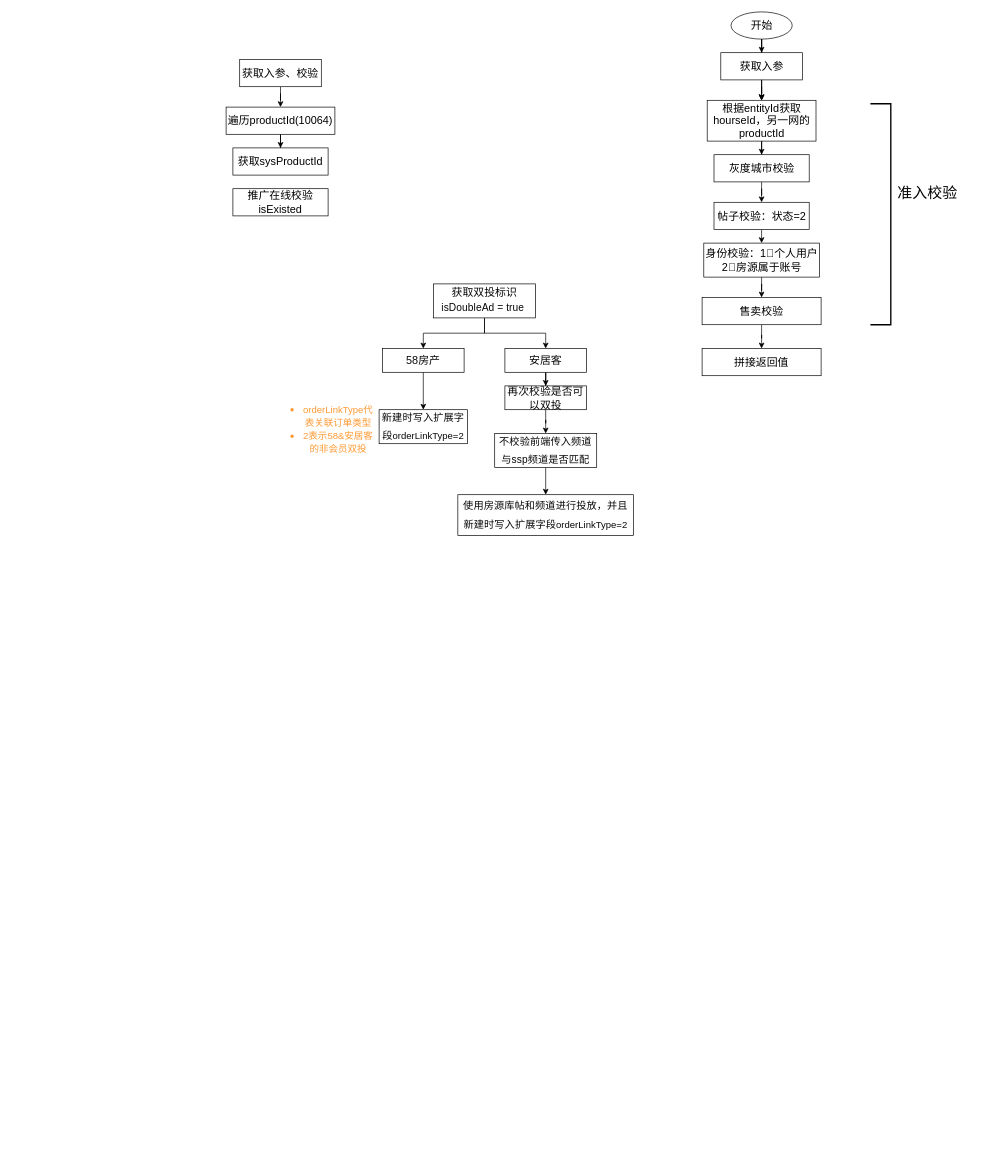
Earlier version of the draw.io diagram Untitled Diagram.drawio (wx141/draw). Source tidied: cells renumbered, new cells numbered last; positions are measured from the earlier drawing's top-left corner, leaving out a move shared by most shapes. Both pictures are drawn from the tidied source at 68%, with x=0, y=0 at pixel (226, 12).
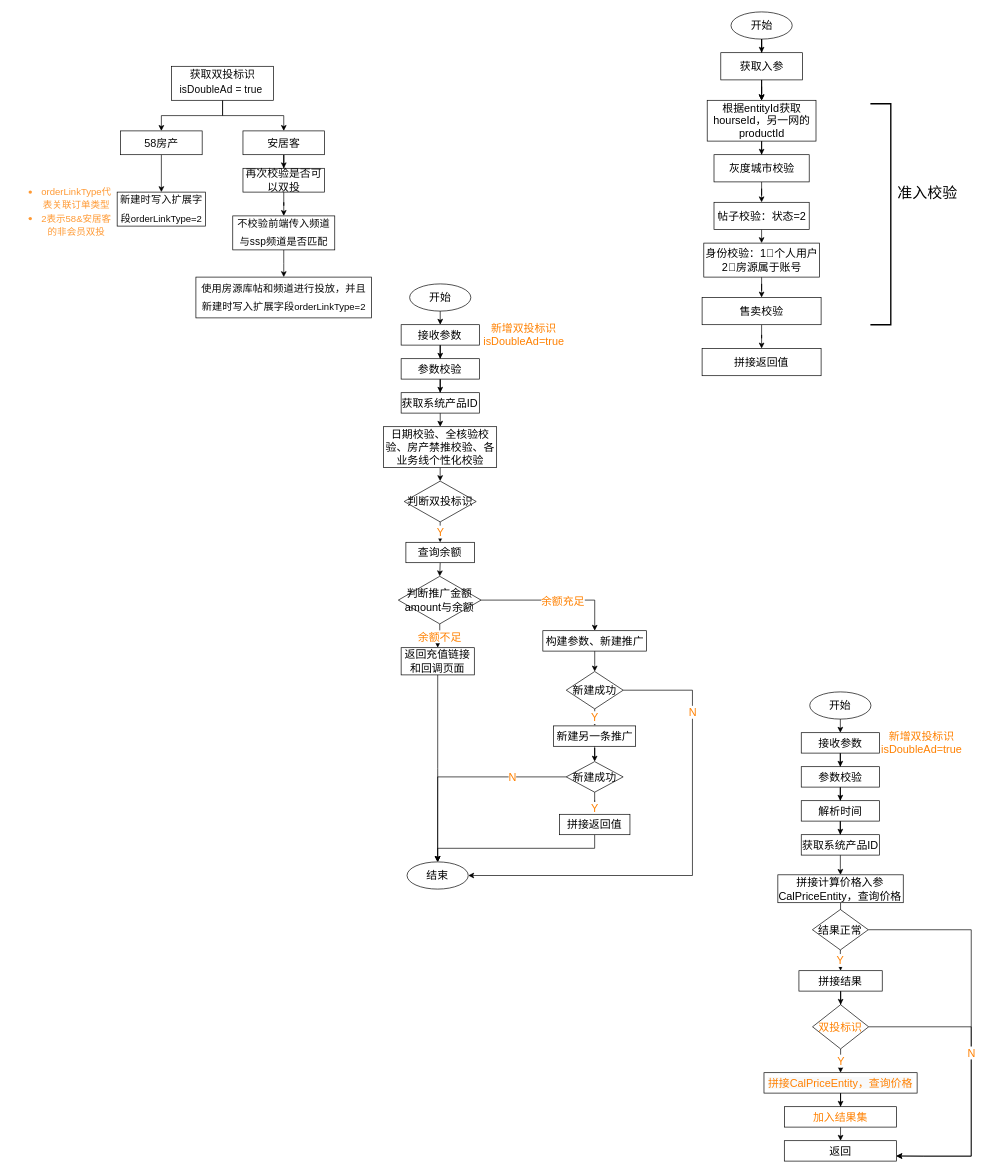
The same page after the edit.

Change to the diagram source:
```diff
@@
-    <mxCell id="2" style="edgeStyle=orthogonalEdgeStyle;rounded=0;jettySize=auto;html=1;fontSize=16;" parent="1" edge="1" source="3" target="5">
-      <mxGeometry relative="1" as="geometry" />
-    </mxCell>
-    <mxCell id="3" value="获取入参、校验" style="whiteSpace=wrap;html=1;fontSize=16;" parent="1" vertex="1">
-      <mxGeometry x="20" y="70" width="120" height="40" as="geometry" />
-    </mxCell>
-    <mxCell id="4" style="edgeStyle=orthogonalEdgeStyle;rounded=0;jettySize=auto;html=1;fontSize=16;" parent="1" edge="1" source="5" target="6">
-      <mxGeometry relative="1" as="geometry" />
-    </mxCell>
-    <mxCell id="5" value="遍历productId(10064)" style="whiteSpace=wrap;html=1;fontSize=16;" parent="1" vertex="1">
-      <mxGeometry y="140" width="160" height="40" as="geometry" />
-    </mxCell>
-    <mxCell id="6" value="获取sysProductId" style="whiteSpace=wrap;html=1;fontSize=16;" parent="1" vertex="1">
-      <mxGeometry x="10" y="200" width="140" height="40" as="geometry" />
-    </mxCell>
-    <mxCell id="7" value="推广在线校验isExisted" style="whiteSpace=wrap;html=1;fontSize=16;" parent="1" vertex="1">
-      <mxGeometry x="10" y="260" width="140" height="40" as="geometry" />
-    </mxCell>
@@
     <mxCell id="27" value="获取双投标识&lt;span style=&quot;font-size: 15px; line-height: 1.74; letter-spacing: 0.008em; outline-style: none; overflow-wrap: break-word;&quot;&gt;isDoubleAd  = true&amp;nbsp;&lt;/span&gt;" style="whiteSpace=wrap;html=1;fontSize=16;fontColor=#080808;" parent="1" vertex="1">
-      <mxGeometry x="305" y="400" width="150" height="50" as="geometry" />
+      <mxGeometry x="-80.2" y="80" width="150" height="50" as="geometry" />
     </mxCell>
@@
     <mxCell id="29" value="58房产" style="whiteSpace=wrap;html=1;fontSize=16;fontColor=#080808;" parent="1" vertex="1">
-      <mxGeometry x="230" y="495" width="120" height="35" as="geometry" />
+      <mxGeometry x="-155.2" y="175" width="120" height="35" as="geometry" />
     </mxCell>
@@
     <mxCell id="31" value="安居客" style="whiteSpace=wrap;html=1;fontSize=16;fontColor=#080808;" parent="1" vertex="1">
-      <mxGeometry x="410" y="495" width="120" height="35" as="geometry" />
+      <mxGeometry x="24.8" y="175" width="120" height="35" as="geometry" />
     </mxCell>
     <mxCell id="32" value="再次校验是否可以双投" style="whiteSpace=wrap;html=1;fontSize=16;fontColor=#080808;" parent="1" vertex="1">
-      <mxGeometry x="410" y="550" width="120" height="35" as="geometry" />
+      <mxGeometry x="24.8" y="230" width="120" height="35" as="geometry" />
     </mxCell>
@@
     <mxCell id="35" value="&lt;span style=&quot;font-size: 15px; line-height: 1.74; letter-spacing: 0.008em; outline-style: none; overflow-wrap: break-word;&quot;&gt;不校验前端传入频道与ssp频道是否匹配&lt;/span&gt;" style="whiteSpace=wrap;html=1;fontSize=16;fontColor=#080808;" parent="1" vertex="1">
-      <mxGeometry x="395" y="620" width="150" height="50" as="geometry" />
+      <mxGeometry x="9.8" y="300" width="150" height="50" as="geometry" />
     </mxCell>
     <mxCell id="36" value="&lt;span&gt;&lt;span style=&quot;font-size: 15px ; line-height: 1.74 ; letter-spacing: 0.008em ; outline-style: none ; overflow-wrap: break-word&quot;&gt;使用房源库帖和频道进行投放，并且新建时写入扩展字段&lt;/span&gt;&lt;/span&gt;&lt;span lang=&quot;EN-US&quot; style=&quot;font-size: 10.5pt ; font-family: &amp;#34;dengxian&amp;#34;&quot;&gt;orderLinkType=2&lt;/span&gt;&lt;span style=&quot;font-size: medium&quot;&gt;&lt;/span&gt;" style="whiteSpace=wrap;html=1;fontSize=16;fontColor=#080808;" parent="1" vertex="1">
-      <mxGeometry x="340.8" y="710" width="258.4" height="60" as="geometry" />
+      <mxGeometry x="-44.4" y="390" width="258.4" height="60" as="geometry" />
     </mxCell>
     <mxCell id="37" value="&lt;span style=&quot;font-size: 15px ; line-height: 1.74 ; letter-spacing: 0.008em ; outline-style: none ; overflow-wrap: break-word&quot;&gt;新建时写入扩展字段&lt;/span&gt;&lt;span lang=&quot;EN-US&quot; style=&quot;font-size: 10.5pt ; font-family: &amp;#34;dengxian&amp;#34;&quot;&gt;orderLinkType=2&lt;/span&gt;" style="whiteSpace=wrap;html=1;fontSize=16;fontColor=#080808;" parent="1" vertex="1">
-      <mxGeometry x="225" y="585" width="130" height="50" as="geometry" />
+      <mxGeometry x="-160.2" y="265" width="130" height="50" as="geometry" />
     </mxCell>
     <mxCell id="38" value="&lt;ul&gt;&lt;li&gt;&lt;span lang=&quot;EN-US&quot; style=&quot;font-size: 10.5pt ; font-family: &amp;#34;dengxian&amp;#34;&quot;&gt;orderLinkType代表关联订单类型&lt;/span&gt;&lt;/li&gt;&lt;li&gt;&lt;span lang=&quot;EN-US&quot; style=&quot;font-size: 10.5pt ; font-family: &amp;#34;dengxian&amp;#34;&quot;&gt;2表示&lt;/span&gt;&lt;span style=&quot;font-size: 10.5pt ; font-family: &amp;#34;dengxian&amp;#34;&quot;&gt;&lt;span lang=&quot;EN-US&quot;&gt;58&amp;amp;&lt;/span&gt;安居客的非会员双投&lt;/span&gt;&lt;/li&gt;&lt;/ul&gt;&lt;span style=&quot;font-size: medium&quot;&gt;&lt;/span&gt;" style="text;html=1;strokeColor=none;fillColor=none;align=center;verticalAlign=middle;whiteSpace=wrap;rounded=0;fontSize=16;fontColor=#FF9933;" parent="1" vertex="1">
-      <mxGeometry x="70" y="570" width="150" height="85" as="geometry" />
+      <mxGeometry x="-315.2" y="250" width="150" height="85" as="geometry" />
     </mxCell>
@@
+    <mxCell id="41" style="edgeStyle=orthogonalEdgeStyle;rounded=0;jettySize=auto;html=1;fontSize=16;fontColor=#FF8000;" parent="1" edge="1" source="42" target="47">
+      <mxGeometry relative="1" as="geometry" />
+    </mxCell>
+    <mxCell id="42" value="接收参数" style="rounded=0;whiteSpace=wrap;html=1;fontSize=16;fontColor=#000000;" parent="1" vertex="1">
+      <mxGeometry x="257.4" y="460" width="115" height="30" as="geometry" />
+    </mxCell>
+    <mxCell id="43" style="edgeStyle=orthogonalEdgeStyle;rounded=0;jettySize=auto;html=1;exitX=0.5;exitY=1;exitDx=0;exitDy=0;entryX=0.5;entryY=0;entryDx=0;entryDy=0;fontSize=16;fontColor=#000000;" parent="1" edge="1" source="44" target="42">
+      <mxGeometry relative="1" as="geometry" />
+    </mxCell>
+    <mxCell id="44" value="开始" style="ellipse;whiteSpace=wrap;html=1;fontSize=16;fontColor=#000000;" parent="1" vertex="1">
+      <mxGeometry x="269.9" y="400" width="90" height="40" as="geometry" />
+    </mxCell>
+    <mxCell id="45" value="新增双投标识isDoubleAd=true" style="text;html=1;strokeColor=none;fillColor=none;align=center;verticalAlign=middle;whiteSpace=wrap;rounded=0;fontSize=16;fontColor=#FF8000;fontStyle=0;" parent="1" vertex="1">
+      <mxGeometry x="383.3" y="460" width="110" height="30" as="geometry" />
+    </mxCell>
+    <mxCell id="46" style="edgeStyle=orthogonalEdgeStyle;rounded=0;jettySize=auto;html=1;fontSize=16;fontColor=#FF8000;" parent="1" edge="1" source="47" target="49">
+      <mxGeometry relative="1" as="geometry" />
+    </mxCell>
+    <mxCell id="47" value="参数校验" style="rounded=0;whiteSpace=wrap;html=1;fontSize=16;fontColor=#000000;" parent="1" vertex="1">
+      <mxGeometry x="257.4" y="510" width="115" height="30" as="geometry" />
+    </mxCell>
+    <mxCell id="48" style="edgeStyle=orthogonalEdgeStyle;rounded=0;jettySize=auto;html=1;fontSize=16;fontColor=#FF8000;" parent="1" edge="1" source="49" target="51">
+      <mxGeometry relative="1" as="geometry" />
+    </mxCell>
+    <mxCell id="49" value="获取系统产品ID" style="rounded=0;whiteSpace=wrap;html=1;fontSize=16;fontColor=#000000;" parent="1" vertex="1">
+      <mxGeometry x="257.4" y="560" width="115" height="30" as="geometry" />
+    </mxCell>
+    <mxCell id="50" style="edgeStyle=orthogonalEdgeStyle;rounded=0;jettySize=auto;html=1;fontSize=16;fontColor=#FF8000;" parent="1" edge="1" source="51" target="80">
+      <mxGeometry relative="1" as="geometry" />
+    </mxCell>
+    <mxCell id="51" value="日期校验、全核验校验、房产禁推校验、各业务线个性化校验" style="rounded=0;whiteSpace=wrap;html=1;fontSize=16;fontColor=#000000;" parent="1" vertex="1">
+      <mxGeometry x="231.7" y="610" width="166.2" height="60" as="geometry" />
+    </mxCell>
+    <mxCell id="52" style="edgeStyle=orthogonalEdgeStyle;rounded=0;jettySize=auto;html=1;fontSize=16;fontColor=#FF8000;" parent="1" edge="1" source="53" target="58">
+      <mxGeometry relative="1" as="geometry" />
+    </mxCell>
+    <mxCell id="53" value="接收参数" style="rounded=0;whiteSpace=wrap;html=1;fontSize=16;fontColor=#000000;" parent="1" vertex="1">
+      <mxGeometry x="845.8" y="1060" width="115" height="30" as="geometry" />
+    </mxCell>
+    <mxCell id="54" style="edgeStyle=orthogonalEdgeStyle;rounded=0;jettySize=auto;html=1;exitX=0.5;exitY=1;exitDx=0;exitDy=0;entryX=0.5;entryY=0;entryDx=0;entryDy=0;fontSize=16;fontColor=#000000;" parent="1" edge="1" source="55" target="53">
+      <mxGeometry relative="1" as="geometry" />
+    </mxCell>
+    <mxCell id="55" value="开始" style="ellipse;whiteSpace=wrap;html=1;fontSize=16;fontColor=#000000;" parent="1" vertex="1">
+      <mxGeometry x="858.3" y="1000" width="90" height="40" as="geometry" />
+    </mxCell>
+    <mxCell id="56" value="新增双投标识isDoubleAd=true" style="text;html=1;strokeColor=none;fillColor=none;align=center;verticalAlign=middle;whiteSpace=wrap;rounded=0;fontSize=16;fontColor=#FF8000;" parent="1" vertex="1">
+      <mxGeometry x="967.5" y="1060" width="110" height="30" as="geometry" />
+    </mxCell>
+    <mxCell id="57" style="edgeStyle=orthogonalEdgeStyle;rounded=0;jettySize=auto;html=1;fontSize=16;fontColor=#FF8000;" parent="1" edge="1" source="58" target="60">
+      <mxGeometry relative="1" as="geometry" />
+    </mxCell>
+    <mxCell id="58" value="参数校验" style="rounded=0;whiteSpace=wrap;html=1;fontSize=16;fontColor=#000000;" parent="1" vertex="1">
+      <mxGeometry x="845.8" y="1110" width="115" height="30" as="geometry" />
+    </mxCell>
+    <mxCell id="59" style="edgeStyle=orthogonalEdgeStyle;rounded=0;jettySize=auto;html=1;fontSize=16;fontColor=#FF8000;" parent="1" edge="1" source="60" target="62">
+      <mxGeometry relative="1" as="geometry" />
+    </mxCell>
+    <mxCell id="60" value="解析时间" style="rounded=0;whiteSpace=wrap;html=1;fontSize=16;fontColor=#000000;" parent="1" vertex="1">
+      <mxGeometry x="845.8" y="1160" width="115" height="30" as="geometry" />
+    </mxCell>
+    <mxCell id="61" style="edgeStyle=orthogonalEdgeStyle;rounded=0;jettySize=auto;html=1;fontSize=16;fontColor=#FF8000;" parent="1" edge="1" source="62" target="64">
+      <mxGeometry relative="1" as="geometry" />
+    </mxCell>
+    <mxCell id="62" value="获取系统产品ID" style="rounded=0;whiteSpace=wrap;html=1;fontSize=16;fontColor=#000000;" parent="1" vertex="1">
+      <mxGeometry x="845.8" y="1210" width="115" height="30" as="geometry" />
+    </mxCell>
+    <mxCell id="63" style="edgeStyle=orthogonalEdgeStyle;rounded=0;jettySize=auto;html=1;fontSize=16;fontColor=#FF8000;" parent="1" edge="1" source="64" target="67">
+      <mxGeometry relative="1" as="geometry" />
+    </mxCell>
+    <mxCell id="64" value="拼接计算价格入参CalPriceEntity，查询价格" style="rounded=0;whiteSpace=wrap;html=1;fontSize=16;fontColor=#000000;" parent="1" vertex="1">
+      <mxGeometry x="811.4" y="1269" width="184.4" height="41" as="geometry" />
+    </mxCell>
+    <mxCell id="65" value="Y" style="edgeStyle=orthogonalEdgeStyle;rounded=0;jettySize=auto;html=1;fontSize=16;fontColor=#FF8000;" parent="1" edge="1" source="67" target="69">
+      <mxGeometry relative="1" as="geometry" />
+    </mxCell>
+    <mxCell id="66" style="edgeStyle=orthogonalEdgeStyle;rounded=0;jettySize=auto;html=1;exitX=1;exitY=0.5;exitDx=0;exitDy=0;entryX=1;entryY=0.75;entryDx=0;entryDy=0;fontSize=16;fontColor=#FF8000;" parent="1" edge="1" source="67" target="78">
+      <mxGeometry relative="1" as="geometry">
+        <Array as="points">
+          <mxPoint x="1095.8" y="1350" />
+          <mxPoint x="1095.8" y="1683" />
+          <mxPoint x="1025.8" y="1683" />
+        </Array>
+      </mxGeometry>
+    </mxCell>
+    <mxCell id="67" value="结果正常" style="rhombus;whiteSpace=wrap;html=1;rounded=0;fontSize=16;" parent="1" vertex="1">
+      <mxGeometry x="862.2" y="1320" width="82.2" height="59.5" as="geometry" />
+    </mxCell>
+    <mxCell id="68" style="edgeStyle=orthogonalEdgeStyle;rounded=0;jettySize=auto;html=1;fontSize=16;fontColor=#FF8000;" parent="1" edge="1" source="69" target="73">
+      <mxGeometry relative="1" as="geometry" />
+    </mxCell>
+    <mxCell id="69" value="拼接结果" style="whiteSpace=wrap;html=1;rounded=0;fontSize=16;" parent="1" vertex="1">
+      <mxGeometry x="842.4" y="1410" width="122.5" height="30" as="geometry" />
+    </mxCell>
+    <mxCell id="70" value="Y" style="edgeStyle=orthogonalEdgeStyle;rounded=0;jettySize=auto;html=1;fontSize=16;fontColor=#FF8000;" parent="1" edge="1" source="73" target="75">
+      <mxGeometry relative="1" as="geometry" />
+    </mxCell>
+    <mxCell id="71" style="edgeStyle=orthogonalEdgeStyle;rounded=0;jettySize=auto;html=1;exitX=1;exitY=0.5;exitDx=0;exitDy=0;entryX=1;entryY=0.75;entryDx=0;entryDy=0;fontSize=16;fontColor=#FF8000;" parent="1" edge="1" source="73" target="78">
+      <mxGeometry relative="1" as="geometry">
+        <Array as="points">
+          <mxPoint x="1095.8" y="1493" />
+          <mxPoint x="1095.8" y="1683" />
+        </Array>
+      </mxGeometry>
+    </mxCell>
+    <mxCell id="72" value="N" style="edgeLabel;html=1;align=center;verticalAlign=middle;fontSize=16;fontColor=#FF8000;" parent="71" vertex="1">
+      <mxGeometry x="-0.31" y="2" relative="1" as="geometry">
+        <mxPoint x="-2" y="32.4" as="offset" />
+      </mxGeometry>
+    </mxCell>
+    <mxCell id="73" value="双投标识" style="rhombus;whiteSpace=wrap;html=1;rounded=0;fontSize=16;fontColor=#FF8000;" parent="1" vertex="1">
+      <mxGeometry x="862.4" y="1460" width="82.5" height="65" as="geometry" />
+    </mxCell>
+    <mxCell id="74" style="edgeStyle=orthogonalEdgeStyle;rounded=0;jettySize=auto;html=1;fontSize=16;fontColor=#FF8000;" parent="1" edge="1" source="75" target="77">
+      <mxGeometry relative="1" as="geometry" />
+    </mxCell>
+    <mxCell id="75" value="&lt;span style=&quot;font-family: helvetica; font-size: 16px; font-style: normal; font-weight: 400; letter-spacing: normal; text-align: center; text-indent: 0px; text-transform: none; word-spacing: 0px; background-color: rgb(248, 249, 250); display: inline; float: none;&quot;&gt;拼接CalPriceEntity，查询价格&lt;/span&gt;" style="whiteSpace=wrap;html=1;rounded=0;fontSize=16;fontColor=#FF8000;" parent="1" vertex="1">
+      <mxGeometry x="791" y="1560" width="225.2" height="30" as="geometry" />
+    </mxCell>
+    <mxCell id="76" style="edgeStyle=orthogonalEdgeStyle;rounded=0;jettySize=auto;html=1;fontSize=16;fontColor=#FF8000;" parent="1" edge="1" source="77" target="78">
+      <mxGeometry relative="1" as="geometry" />
+    </mxCell>
+    <mxCell id="77" value="&lt;font face=&quot;helvetica&quot;&gt;加入结果集&lt;/font&gt;" style="whiteSpace=wrap;html=1;rounded=0;fontSize=16;fontColor=#FF8000;" parent="1" vertex="1">
+      <mxGeometry x="821.2" y="1610" width="164.8" height="30" as="geometry" />
+    </mxCell>
+    <mxCell id="78" value="&lt;font face=&quot;helvetica&quot;&gt;返回&lt;/font&gt;" style="whiteSpace=wrap;html=1;rounded=0;fontSize=16;" parent="1" vertex="1">
+      <mxGeometry x="820.9" y="1660" width="164.8" height="30" as="geometry" />
+    </mxCell>
+    <mxCell id="79" value="Y" style="edgeStyle=orthogonalEdgeStyle;rounded=0;jettySize=auto;html=1;fontSize=16;fontColor=#FF8000;" parent="1" edge="1" source="80" target="86">
+      <mxGeometry relative="1" as="geometry" />
+    </mxCell>
+    <mxCell id="80" value="判断双投标识" style="rhombus;whiteSpace=wrap;html=1;rounded=0;fontSize=16;" parent="1" vertex="1">
+      <mxGeometry x="261.9" y="690" width="105.9" height="60" as="geometry" />
+    </mxCell>
+    <mxCell id="81" value="余额不足" style="edgeStyle=orthogonalEdgeStyle;rounded=0;jettySize=auto;html=1;fontSize=16;fontColor=#FF8000;" parent="1" edge="1" source="84" target="88">
+      <mxGeometry relative="1" as="geometry" />
+    </mxCell>
+    <mxCell id="82" style="edgeStyle=orthogonalEdgeStyle;rounded=0;jettySize=auto;html=1;fontSize=16;fontColor=#FF8000;" parent="1" edge="1" source="84" target="90">
+      <mxGeometry relative="1" as="geometry" />
+    </mxCell>
+    <mxCell id="83" value="余额充足" style="edgeLabel;html=1;align=center;verticalAlign=middle;fontSize=16;fontColor=#FF8000;" parent="82" vertex="1">
+      <mxGeometry x="0.33" y="-4" relative="1" as="geometry">
+        <mxPoint x="-21.7" y="-4" as="offset" />
+      </mxGeometry>
+    </mxCell>
+    <mxCell id="84" value="判断推广金额amount与余额" style="rhombus;whiteSpace=wrap;html=1;rounded=0;fontSize=16;" parent="1" vertex="1">
+      <mxGeometry x="253.3" y="830" width="121.7" height="70" as="geometry" />
+    </mxCell>
+    <mxCell id="85" style="edgeStyle=orthogonalEdgeStyle;rounded=0;jettySize=auto;html=1;exitX=0.5;exitY=1;exitDx=0;exitDy=0;entryX=0.5;entryY=0;entryDx=0;entryDy=0;fontSize=16;fontColor=#FF8000;" parent="1" edge="1" source="86" target="84">
+      <mxGeometry relative="1" as="geometry" />
+    </mxCell>
+    <mxCell id="86" value="查询余额" style="whiteSpace=wrap;html=1;rounded=0;fontSize=16;" parent="1" vertex="1">
+      <mxGeometry x="264.4" y="780" width="100.9" height="30" as="geometry" />
+    </mxCell>
+    <mxCell id="87" style="edgeStyle=orthogonalEdgeStyle;rounded=0;jettySize=auto;html=1;exitX=0.5;exitY=1;exitDx=0;exitDy=0;fontSize=16;fontColor=#FF8000;" parent="1" edge="1" source="88" target="96">
+      <mxGeometry relative="1" as="geometry" />
+    </mxCell>
+    <mxCell id="88" value="返回充值链接和回调页面" style="whiteSpace=wrap;html=1;rounded=0;fontSize=16;" parent="1" vertex="1">
+      <mxGeometry x="257.4" y="935" width="107.6" height="40" as="geometry" />
+    </mxCell>
+    <mxCell id="89" style="edgeStyle=orthogonalEdgeStyle;rounded=0;jettySize=auto;html=1;fontSize=16;fontColor=#FF8000;" parent="1" edge="1" source="90" target="93">
+      <mxGeometry relative="1" as="geometry" />
+    </mxCell>
+    <mxCell id="90" value="构建参数、新建推广" style="whiteSpace=wrap;html=1;rounded=0;fontSize=16;" parent="1" vertex="1">
+      <mxGeometry x="465.8" y="910" width="152.5" height="30" as="geometry" />
+    </mxCell>
+    <mxCell id="91" value="Y" style="edgeStyle=orthogonalEdgeStyle;rounded=0;jettySize=auto;html=1;fontSize=16;fontColor=#FF8000;" parent="1" edge="1" source="93" target="95">
+      <mxGeometry relative="1" as="geometry" />
+    </mxCell>
+    <mxCell id="92" value="N" style="edgeStyle=orthogonalEdgeStyle;rounded=0;jettySize=auto;html=1;exitX=1;exitY=0.5;exitDx=0;exitDy=0;entryX=1;entryY=0.5;entryDx=0;entryDy=0;fontSize=16;fontColor=#FF8000;" parent="1" edge="1" source="93" target="96">
+      <mxGeometry x="-0.62" relative="1" as="geometry">
+        <Array as="points">
+          <mxPoint x="685.8" y="998" />
+          <mxPoint x="685.8" y="1270" />
+        </Array>
+      </mxGeometry>
+    </mxCell>
+    <mxCell id="93" value="新建成功" style="rhombus;whiteSpace=wrap;html=1;rounded=0;fontSize=16;" parent="1" vertex="1">
+      <mxGeometry x="500.2" y="970" width="83.8" height="55" as="geometry" />
+    </mxCell>
+    <mxCell id="94" style="edgeStyle=orthogonalEdgeStyle;rounded=0;jettySize=auto;html=1;fontSize=16;fontColor=#FF8000;" parent="1" edge="1" source="95" target="101">
+      <mxGeometry relative="1" as="geometry" />
+    </mxCell>
+    <mxCell id="95" value="新建另一条推广" style="whiteSpace=wrap;html=1;rounded=0;fontSize=16;" parent="1" vertex="1">
+      <mxGeometry x="481.7" y="1050" width="120.6" height="30" as="geometry" />
+    </mxCell>
+    <mxCell id="96" value="结束" style="ellipse;whiteSpace=wrap;html=1;fontSize=16;fontColor=#000000;" parent="1" vertex="1">
+      <mxGeometry x="266.1" y="1250" width="90" height="40" as="geometry" />
+    </mxCell>
+    <mxCell id="97" style="edgeStyle=orthogonalEdgeStyle;rounded=0;jettySize=auto;html=1;fontSize=16;fontColor=#FF8000;" parent="1" edge="1" source="101" target="103">
+      <mxGeometry relative="1" as="geometry" />
+    </mxCell>
+    <mxCell id="98" value="Y" style="edgeLabel;html=1;align=center;verticalAlign=middle;fontSize=16;fontColor=#FF8000;" parent="97" vertex="1">
+      <mxGeometry x="0.62" y="-1" relative="1" as="geometry" />
+    </mxCell>
+    <mxCell id="99" style="edgeStyle=orthogonalEdgeStyle;rounded=0;jettySize=auto;html=1;exitX=0;exitY=0.5;exitDx=0;exitDy=0;entryX=0.5;entryY=0;entryDx=0;entryDy=0;fontSize=16;fontColor=#FF8000;" parent="1" edge="1" source="101" target="96">
+      <mxGeometry relative="1" as="geometry" />
+    </mxCell>
+    <mxCell id="100" value="N" style="edgeLabel;html=1;align=center;verticalAlign=middle;fontSize=16;fontColor=#FF8000;" parent="99" vertex="1">
+      <mxGeometry x="-0.49" y="-1" relative="1" as="geometry" />
+    </mxCell>
+    <mxCell id="101" value="新建成功" style="rhombus;whiteSpace=wrap;html=1;rounded=0;fontSize=16;" parent="1" vertex="1">
+      <mxGeometry x="500.1" y="1102.5" width="83.8" height="45" as="geometry" />
+    </mxCell>
+    <mxCell id="102" style="edgeStyle=orthogonalEdgeStyle;rounded=0;jettySize=auto;html=1;exitX=0.5;exitY=1;exitDx=0;exitDy=0;entryX=0.5;entryY=0;entryDx=0;entryDy=0;fontSize=16;fontColor=#FF8000;" parent="1" edge="1" source="103" target="96">
+      <mxGeometry relative="1" as="geometry" />
+    </mxCell>
+    <mxCell id="103" value="拼接返回值" style="whiteSpace=wrap;html=1;rounded=0;fontSize=16;" parent="1" vertex="1">
+      <mxGeometry x="490.1" y="1180" width="103.8" height="30" as="geometry" />
+    </mxCell>
```
